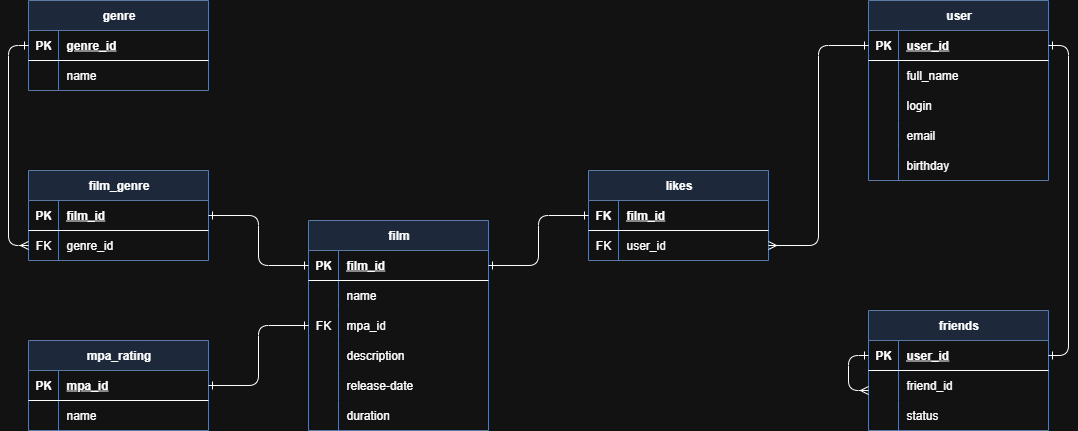
Before: src/main/resources/image/db_scheme.png, a diagram exported from draw.io (RyzhakovAleksandr/java-filmorate). Source tidied: cells renumbered, new cells last; positions are measured from the earlier drawing's top-left corner, leaving out a move shared by most shapes. Its diagram source:
```xml
<mxGraphModel>
  <root>
    <mxCell id="0" />
    <mxCell id="1" parent="0" />
    <mxCell id="2" value="film" style="shape=table;startSize=30;rowLines=0;fontStyle=1;align=center;html=1;fillColor=#dae8fc;strokeColor=#6c8ebf;" parent="1" vertex="1">
      <mxGeometry x="280" y="220" width="180" height="210" as="geometry" />
    </mxCell>
    <mxCell id="3" style="shape=tableRow;horizontal=0;startSize=0;swimlaneHead=0;swimlaneBody=0;fillColor=none;points=[[0,0.5],[1,0.5]];portConstraint=eastwest;top=0;left=0;right=0;bottom=1;" parent="2" vertex="1">
      <mxGeometry y="30" width="180" height="30" as="geometry" />
    </mxCell>
    <mxCell id="4" value="PK" style="shape=partialRectangle;fillColor=none;top=0;left=0;bottom=0;right=0;fontStyle=1;overflow=hidden;whiteSpace=wrap;html=1;" parent="3" vertex="1">
      <mxGeometry width="30" height="30" as="geometry" />
    </mxCell>
    <mxCell id="5" value="film_id" style="shape=partialRectangle;fillColor=none;top=0;left=0;bottom=0;right=0;align=left;spacingLeft=6;fontStyle=5;overflow=hidden;whiteSpace=wrap;html=1;" parent="3" vertex="1">
      <mxGeometry x="30" width="150" height="30" as="geometry" />
    </mxCell>
    <mxCell id="6" style="shape=tableRow;horizontal=0;startSize=0;swimlaneHead=0;swimlaneBody=0;fillColor=none;top=0;left=0;right=0;bottom=0;" parent="2" vertex="1">
      <mxGeometry y="60" width="180" height="30" as="geometry" />
    </mxCell>
    <mxCell id="7" style="shape=partialRectangle;fillColor=none;top=0;left=0;bottom=0;right=0;overflow=hidden;whiteSpace=wrap;html=1;" parent="6" vertex="1">
      <mxGeometry width="30" height="30" as="geometry" />
    </mxCell>
    <mxCell id="8" value="name" style="shape=partialRectangle;fillColor=none;top=0;left=0;bottom=0;right=0;align=left;spacingLeft=6;overflow=hidden;whiteSpace=wrap;html=1;" parent="6" vertex="1">
      <mxGeometry x="30" width="150" height="30" as="geometry" />
    </mxCell>
    <mxCell id="9" style="shape=tableRow;horizontal=0;startSize=0;swimlaneHead=0;swimlaneBody=0;fillColor=none;points=[[0,0.5],[1,0.5]];portConstraint=eastwest;top=0;left=0;right=0;bottom=0;" parent="2" vertex="1">
      <mxGeometry y="90" width="180" height="30" as="geometry" />
    </mxCell>
    <mxCell id="10" value="FK" style="shape=partialRectangle;fillColor=none;top=0;left=0;bottom=0;right=0;overflow=hidden;whiteSpace=wrap;html=1;" parent="9" vertex="1">
      <mxGeometry width="30" height="30" as="geometry" />
    </mxCell>
    <mxCell id="11" value="mpa_id" style="shape=partialRectangle;fillColor=none;top=0;left=0;bottom=0;right=0;align=left;spacingLeft=6;overflow=hidden;whiteSpace=wrap;html=1;" parent="9" vertex="1">
      <mxGeometry x="30" width="150" height="30" as="geometry" />
    </mxCell>
    <mxCell id="12" style="shape=tableRow;horizontal=0;startSize=0;swimlaneHead=0;swimlaneBody=0;fillColor=none;top=0;left=0;right=0;bottom=0;" parent="2" vertex="1">
      <mxGeometry y="120" width="180" height="30" as="geometry" />
    </mxCell>
    <mxCell id="13" style="shape=partialRectangle;fillColor=none;top=0;left=0;bottom=0;right=0;overflow=hidden;whiteSpace=wrap;html=1;" parent="12" vertex="1">
      <mxGeometry width="30" height="30" as="geometry" />
    </mxCell>
    <mxCell id="14" value="description" style="shape=partialRectangle;fillColor=none;top=0;left=0;bottom=0;right=0;align=left;spacingLeft=6;overflow=hidden;whiteSpace=wrap;html=1;" parent="12" vertex="1">
      <mxGeometry x="30" width="150" height="30" as="geometry" />
    </mxCell>
    <mxCell id="15" style="shape=tableRow;horizontal=0;startSize=0;swimlaneHead=0;swimlaneBody=0;fillColor=none;top=0;left=0;right=0;bottom=0;" parent="2" vertex="1">
      <mxGeometry y="150" width="180" height="30" as="geometry" />
    </mxCell>
    <mxCell id="16" style="shape=partialRectangle;fillColor=none;top=0;left=0;bottom=0;right=0;overflow=hidden;whiteSpace=wrap;html=1;" parent="15" vertex="1">
      <mxGeometry width="30" height="30" as="geometry" />
    </mxCell>
    <mxCell id="17" value="release-date" style="shape=partialRectangle;fillColor=none;top=0;left=0;bottom=0;right=0;align=left;spacingLeft=6;overflow=hidden;whiteSpace=wrap;html=1;" parent="15" vertex="1">
      <mxGeometry x="30" width="150" height="30" as="geometry" />
    </mxCell>
    <mxCell id="18" style="shape=tableRow;horizontal=0;startSize=0;swimlaneHead=0;swimlaneBody=0;fillColor=none;top=0;left=0;right=0;bottom=0;" parent="2" vertex="1">
      <mxGeometry y="180" width="180" height="30" as="geometry" />
    </mxCell>
    <mxCell id="19" style="shape=partialRectangle;fillColor=none;top=0;left=0;bottom=0;right=0;overflow=hidden;whiteSpace=wrap;html=1;" parent="18" vertex="1">
      <mxGeometry width="30" height="30" as="geometry" />
    </mxCell>
    <mxCell id="20" value="duration" style="shape=partialRectangle;fillColor=none;top=0;left=0;bottom=0;right=0;align=left;spacingLeft=6;overflow=hidden;whiteSpace=wrap;html=1;" parent="18" vertex="1">
      <mxGeometry x="30" width="150" height="30" as="geometry" />
    </mxCell>
    <mxCell id="21" value="genre" style="shape=table;startSize=30;rowLines=0;fontStyle=1;align=center;html=1;fillColor=#dae8fc;strokeColor=#6c8ebf;" parent="1" vertex="1">
      <mxGeometry width="180" height="90" as="geometry" />
    </mxCell>
    <mxCell id="22" style="shape=tableRow;horizontal=0;startSize=0;swimlaneHead=0;swimlaneBody=0;fillColor=none;points=[[0,0.5],[1,0.5]];portConstraint=eastwest;top=0;left=0;right=0;bottom=1;" parent="21" vertex="1">
      <mxGeometry y="30" width="180" height="30" as="geometry" />
    </mxCell>
    <mxCell id="23" value="PK" style="shape=partialRectangle;fillColor=none;top=0;left=0;bottom=0;right=0;fontStyle=1;overflow=hidden;whiteSpace=wrap;html=1;" parent="22" vertex="1">
      <mxGeometry width="30" height="30" as="geometry" />
    </mxCell>
    <mxCell id="24" value="genre_id" style="shape=partialRectangle;fillColor=none;top=0;left=0;bottom=0;right=0;align=left;spacingLeft=6;fontStyle=5;overflow=hidden;whiteSpace=wrap;html=1;" parent="22" vertex="1">
      <mxGeometry x="30" width="150" height="30" as="geometry" />
    </mxCell>
    <mxCell id="25" style="shape=tableRow;horizontal=0;startSize=0;swimlaneHead=0;swimlaneBody=0;fillColor=none;top=0;left=0;right=0;bottom=0;" parent="21" vertex="1">
      <mxGeometry y="60" width="180" height="30" as="geometry" />
    </mxCell>
    <mxCell id="26" style="shape=partialRectangle;fillColor=none;top=0;left=0;bottom=0;right=0;overflow=hidden;whiteSpace=wrap;html=1;" parent="25" vertex="1">
      <mxGeometry width="30" height="30" as="geometry" />
    </mxCell>
    <mxCell id="27" value="name" style="shape=partialRectangle;fillColor=none;top=0;left=0;bottom=0;right=0;align=left;spacingLeft=6;overflow=hidden;whiteSpace=wrap;html=1;" parent="25" vertex="1">
      <mxGeometry x="30" width="150" height="30" as="geometry" />
    </mxCell>
    <mxCell id="28" value="mpa_rating" style="shape=table;startSize=30;rowLines=0;fontStyle=1;align=center;html=1;fillColor=#dae8fc;strokeColor=#6c8ebf;" parent="1" vertex="1">
      <mxGeometry y="340" width="180" height="90" as="geometry" />
    </mxCell>
    <mxCell id="29" style="shape=tableRow;horizontal=0;startSize=0;swimlaneHead=0;swimlaneBody=0;fillColor=none;points=[[0,0.5],[1,0.5]];portConstraint=eastwest;top=0;left=0;right=0;bottom=1;" parent="28" vertex="1">
      <mxGeometry y="30" width="180" height="30" as="geometry" />
    </mxCell>
    <mxCell id="30" value="PK" style="shape=partialRectangle;fillColor=none;top=0;left=0;bottom=0;right=0;fontStyle=1;overflow=hidden;whiteSpace=wrap;html=1;" parent="29" vertex="1">
      <mxGeometry width="30" height="30" as="geometry" />
    </mxCell>
    <mxCell id="31" value="mpa_id" style="shape=partialRectangle;fillColor=none;top=0;left=0;bottom=0;right=0;align=left;spacingLeft=6;fontStyle=5;overflow=hidden;whiteSpace=wrap;html=1;" parent="29" vertex="1">
      <mxGeometry x="30" width="150" height="30" as="geometry" />
    </mxCell>
    <mxCell id="32" style="shape=tableRow;horizontal=0;startSize=0;swimlaneHead=0;swimlaneBody=0;fillColor=none;top=0;left=0;right=0;bottom=0;" parent="28" vertex="1">
      <mxGeometry y="60" width="180" height="30" as="geometry" />
    </mxCell>
    <mxCell id="33" style="shape=partialRectangle;fillColor=none;top=0;left=0;bottom=0;right=0;overflow=hidden;whiteSpace=wrap;html=1;" parent="32" vertex="1">
      <mxGeometry width="30" height="30" as="geometry" />
    </mxCell>
    <mxCell id="34" value="name" style="shape=partialRectangle;fillColor=none;top=0;left=0;bottom=0;right=0;align=left;spacingLeft=6;overflow=hidden;whiteSpace=wrap;html=1;" parent="32" vertex="1">
      <mxGeometry x="30" width="150" height="30" as="geometry" />
    </mxCell>
    <mxCell id="35" style="edgeStyle=orthogonalEdgeStyle;rounded=1;jettySize=auto;html=1;exitX=1;exitY=0.5;exitDx=0;exitDy=0;entryX=0;entryY=0.5;entryDx=0;entryDy=0;curved=0;startArrow=ERone;startFill=0;endArrow=ERone;endFill=0;" parent="1" edge="1" source="29" target="9">
      <mxGeometry relative="1" as="geometry" />
    </mxCell>
    <mxCell id="36" value="user" style="shape=table;startSize=30;rowLines=0;fontStyle=1;align=center;html=1;fillColor=#dae8fc;strokeColor=#6c8ebf;" parent="1" vertex="1">
      <mxGeometry x="840" width="180" height="180" as="geometry" />
    </mxCell>
    <mxCell id="37" style="shape=tableRow;horizontal=0;startSize=0;swimlaneHead=0;swimlaneBody=0;fillColor=none;points=[[0,0.5],[1,0.5]];portConstraint=eastwest;top=0;left=0;right=0;bottom=1;" parent="36" vertex="1">
      <mxGeometry y="30" width="180" height="30" as="geometry" />
    </mxCell>
    <mxCell id="38" value="PK" style="shape=partialRectangle;fillColor=none;top=0;left=0;bottom=0;right=0;fontStyle=1;overflow=hidden;whiteSpace=wrap;html=1;" parent="37" vertex="1">
      <mxGeometry width="30" height="30" as="geometry" />
    </mxCell>
    <mxCell id="39" value="user_id" style="shape=partialRectangle;fillColor=none;top=0;left=0;bottom=0;right=0;align=left;spacingLeft=6;fontStyle=5;overflow=hidden;whiteSpace=wrap;html=1;" parent="37" vertex="1">
      <mxGeometry x="30" width="150" height="30" as="geometry" />
    </mxCell>
    <mxCell id="40" style="shape=tableRow;horizontal=0;startSize=0;swimlaneHead=0;swimlaneBody=0;fillColor=none;top=0;left=0;right=0;bottom=0;" parent="36" vertex="1">
      <mxGeometry y="60" width="180" height="30" as="geometry" />
    </mxCell>
    <mxCell id="41" style="shape=partialRectangle;fillColor=none;top=0;left=0;bottom=0;right=0;overflow=hidden;whiteSpace=wrap;html=1;" parent="40" vertex="1">
      <mxGeometry width="30" height="30" as="geometry" />
    </mxCell>
    <mxCell id="42" value="full_name" style="shape=partialRectangle;fillColor=none;top=0;left=0;bottom=0;right=0;align=left;spacingLeft=6;overflow=hidden;whiteSpace=wrap;html=1;" parent="40" vertex="1">
      <mxGeometry x="30" width="150" height="30" as="geometry" />
    </mxCell>
    <mxCell id="43" style="shape=tableRow;horizontal=0;startSize=0;swimlaneHead=0;swimlaneBody=0;fillColor=none;top=0;left=0;right=0;bottom=0;" parent="36" vertex="1">
      <mxGeometry y="90" width="180" height="30" as="geometry" />
    </mxCell>
    <mxCell id="44" style="shape=partialRectangle;fillColor=none;top=0;left=0;bottom=0;right=0;overflow=hidden;whiteSpace=wrap;html=1;" parent="43" vertex="1">
      <mxGeometry width="30" height="30" as="geometry" />
    </mxCell>
    <mxCell id="45" value="login" style="shape=partialRectangle;fillColor=none;top=0;left=0;bottom=0;right=0;align=left;spacingLeft=6;overflow=hidden;whiteSpace=wrap;html=1;" parent="43" vertex="1">
      <mxGeometry x="30" width="150" height="30" as="geometry" />
    </mxCell>
    <mxCell id="46" style="shape=tableRow;horizontal=0;startSize=0;swimlaneHead=0;swimlaneBody=0;fillColor=none;top=0;left=0;right=0;bottom=0;" parent="36" vertex="1">
      <mxGeometry y="120" width="180" height="30" as="geometry" />
    </mxCell>
    <mxCell id="47" style="shape=partialRectangle;fillColor=none;top=0;left=0;bottom=0;right=0;overflow=hidden;whiteSpace=wrap;html=1;" parent="46" vertex="1">
      <mxGeometry width="30" height="30" as="geometry" />
    </mxCell>
    <mxCell id="48" value="email" style="shape=partialRectangle;fillColor=none;top=0;left=0;bottom=0;right=0;align=left;spacingLeft=6;overflow=hidden;whiteSpace=wrap;html=1;" parent="46" vertex="1">
      <mxGeometry x="30" width="150" height="30" as="geometry" />
    </mxCell>
    <mxCell id="49" style="shape=tableRow;horizontal=0;startSize=0;swimlaneHead=0;swimlaneBody=0;fillColor=none;top=0;left=0;right=0;bottom=0;" parent="36" vertex="1">
      <mxGeometry y="150" width="180" height="30" as="geometry" />
    </mxCell>
    <mxCell id="50" style="shape=partialRectangle;fillColor=none;top=0;left=0;bottom=0;right=0;overflow=hidden;whiteSpace=wrap;html=1;" parent="49" vertex="1">
      <mxGeometry width="30" height="30" as="geometry" />
    </mxCell>
    <mxCell id="51" value="birthday" style="shape=partialRectangle;fillColor=none;top=0;left=0;bottom=0;right=0;align=left;spacingLeft=6;overflow=hidden;whiteSpace=wrap;html=1;" parent="49" vertex="1">
      <mxGeometry x="30" width="150" height="30" as="geometry" />
    </mxCell>
    <mxCell id="52" value="likes" style="shape=table;startSize=30;rowLines=0;fontStyle=1;align=center;html=1;fillColor=#dae8fc;strokeColor=#6c8ebf;" parent="1" vertex="1">
      <mxGeometry x="560" y="170" width="180" height="90" as="geometry" />
    </mxCell>
    <mxCell id="53" style="shape=tableRow;horizontal=0;startSize=0;swimlaneHead=0;swimlaneBody=0;fillColor=none;points=[[0,0.5],[1,0.5]];portConstraint=eastwest;top=0;left=0;right=0;bottom=1;" parent="52" vertex="1">
      <mxGeometry y="30" width="180" height="30" as="geometry" />
    </mxCell>
    <mxCell id="54" value="FK" style="shape=partialRectangle;fillColor=none;top=0;left=0;bottom=0;right=0;fontStyle=1;overflow=hidden;whiteSpace=wrap;html=1;" parent="53" vertex="1">
      <mxGeometry width="30" height="30" as="geometry" />
    </mxCell>
    <mxCell id="55" value="film_id" style="shape=partialRectangle;fillColor=none;top=0;left=0;bottom=0;right=0;align=left;spacingLeft=6;fontStyle=5;overflow=hidden;whiteSpace=wrap;html=1;" parent="53" vertex="1">
      <mxGeometry x="30" width="150" height="30" as="geometry" />
    </mxCell>
    <mxCell id="56" style="shape=tableRow;horizontal=0;startSize=0;swimlaneHead=0;swimlaneBody=0;fillColor=none;points=[[0,0.5],[1,0.5]];portConstraint=eastwest;top=0;left=0;right=0;bottom=0;" parent="52" vertex="1">
      <mxGeometry y="60" width="180" height="30" as="geometry" />
    </mxCell>
    <mxCell id="57" value="FK" style="shape=partialRectangle;fillColor=none;top=0;left=0;bottom=0;right=0;overflow=hidden;whiteSpace=wrap;html=1;" parent="56" vertex="1">
      <mxGeometry width="30" height="30" as="geometry" />
    </mxCell>
    <mxCell id="58" value="user_id" style="shape=partialRectangle;fillColor=none;top=0;left=0;bottom=0;right=0;align=left;spacingLeft=6;overflow=hidden;whiteSpace=wrap;html=1;" parent="56" vertex="1">
      <mxGeometry x="30" width="150" height="30" as="geometry" />
    </mxCell>
    <mxCell id="59" style="edgeStyle=orthogonalEdgeStyle;rounded=1;jettySize=auto;html=1;exitX=1;exitY=0.5;exitDx=0;exitDy=0;entryX=0;entryY=0.5;entryDx=0;entryDy=0;curved=0;startArrow=ERone;startFill=0;endArrow=ERone;endFill=0;" parent="1" edge="1" source="3" target="53">
      <mxGeometry relative="1" as="geometry" />
    </mxCell>
    <mxCell id="60" style="edgeStyle=orthogonalEdgeStyle;rounded=1;jettySize=auto;html=1;exitX=1;exitY=0.5;exitDx=0;exitDy=0;entryX=0;entryY=0.5;entryDx=0;entryDy=0;curved=0;startArrow=ERmany;startFill=0;endArrow=ERone;endFill=0;" parent="1" edge="1" source="56" target="37">
      <mxGeometry relative="1" as="geometry" />
    </mxCell>
    <mxCell id="61" value="film_genre" style="shape=table;startSize=30;rowLines=0;fontStyle=1;align=center;html=1;fillColor=#dae8fc;strokeColor=#6c8ebf;" parent="1" vertex="1">
      <mxGeometry y="170" width="180" height="90" as="geometry" />
    </mxCell>
    <mxCell id="62" style="shape=tableRow;horizontal=0;startSize=0;swimlaneHead=0;swimlaneBody=0;fillColor=none;points=[[0,0.5],[1,0.5]];portConstraint=eastwest;top=0;left=0;right=0;bottom=1;" parent="61" vertex="1">
      <mxGeometry y="30" width="180" height="30" as="geometry" />
    </mxCell>
    <mxCell id="63" value="PK" style="shape=partialRectangle;fillColor=none;top=0;left=0;bottom=0;right=0;fontStyle=1;overflow=hidden;whiteSpace=wrap;html=1;" parent="62" vertex="1">
      <mxGeometry width="30" height="30" as="geometry" />
    </mxCell>
    <mxCell id="64" value="film_id" style="shape=partialRectangle;fillColor=none;top=0;left=0;bottom=0;right=0;align=left;spacingLeft=6;fontStyle=5;overflow=hidden;whiteSpace=wrap;html=1;" parent="62" vertex="1">
      <mxGeometry x="30" width="150" height="30" as="geometry" />
    </mxCell>
    <mxCell id="65" style="shape=tableRow;horizontal=0;startSize=0;swimlaneHead=0;swimlaneBody=0;fillColor=none;points=[[0,0.5],[1,0.5]];portConstraint=eastwest;top=0;left=0;right=0;bottom=0;" parent="61" vertex="1">
      <mxGeometry y="60" width="180" height="30" as="geometry" />
    </mxCell>
    <mxCell id="66" value="FK" style="shape=partialRectangle;fillColor=none;top=0;left=0;bottom=0;right=0;overflow=hidden;whiteSpace=wrap;html=1;" parent="65" vertex="1">
      <mxGeometry width="30" height="30" as="geometry" />
    </mxCell>
    <mxCell id="67" value="genre_id" style="shape=partialRectangle;fillColor=none;top=0;left=0;bottom=0;right=0;align=left;spacingLeft=6;overflow=hidden;whiteSpace=wrap;html=1;" parent="65" vertex="1">
      <mxGeometry x="30" width="150" height="30" as="geometry" />
    </mxCell>
    <mxCell id="68" style="edgeStyle=orthogonalEdgeStyle;rounded=1;jettySize=auto;html=1;exitX=0;exitY=0.5;exitDx=0;exitDy=0;entryX=1;entryY=0.5;entryDx=0;entryDy=0;curved=0;startArrow=ERone;startFill=0;endArrow=ERone;endFill=0;" parent="1" edge="1" source="3" target="62">
      <mxGeometry relative="1" as="geometry" />
    </mxCell>
    <mxCell id="69" style="edgeStyle=orthogonalEdgeStyle;rounded=1;jettySize=auto;html=1;exitX=0;exitY=0.5;exitDx=0;exitDy=0;entryX=0;entryY=0.5;entryDx=0;entryDy=0;curved=0;startArrow=ERone;startFill=0;endArrow=ERmany;endFill=0;" parent="1" edge="1" source="22" target="65">
      <mxGeometry relative="1" as="geometry" />
    </mxCell>
    <mxCell id="70" value="friends" style="shape=table;startSize=30;rowLines=0;fontStyle=1;align=center;html=1;fillColor=#dae8fc;strokeColor=#6c8ebf;" parent="1" vertex="1">
      <mxGeometry x="840" y="310" width="180" height="120" as="geometry" />
    </mxCell>
    <mxCell id="71" style="shape=tableRow;horizontal=0;startSize=0;swimlaneHead=0;swimlaneBody=0;fillColor=none;points=[[0,0.5],[1,0.5]];portConstraint=eastwest;top=0;left=0;right=0;bottom=1;" parent="70" vertex="1">
      <mxGeometry y="30" width="180" height="30" as="geometry" />
    </mxCell>
    <mxCell id="72" value="PK" style="shape=partialRectangle;fillColor=none;top=0;left=0;bottom=0;right=0;fontStyle=1;overflow=hidden;whiteSpace=wrap;html=1;" parent="71" vertex="1">
      <mxGeometry width="30" height="30" as="geometry" />
    </mxCell>
    <mxCell id="73" value="user_id" style="shape=partialRectangle;fillColor=none;top=0;left=0;bottom=0;right=0;align=left;spacingLeft=6;fontStyle=5;overflow=hidden;whiteSpace=wrap;html=1;" parent="71" vertex="1">
      <mxGeometry x="30" width="150" height="30" as="geometry" />
    </mxCell>
    <mxCell id="74" style="shape=tableRow;horizontal=0;startSize=0;swimlaneHead=0;swimlaneBody=0;fillColor=none;points=[[0,0.5],[1,0.5]];portConstraint=eastwest;top=0;left=0;right=0;bottom=0;" parent="70" vertex="1">
      <mxGeometry y="60" width="180" height="30" as="geometry" />
    </mxCell>
    <mxCell id="75" style="shape=partialRectangle;fillColor=none;top=0;left=0;bottom=0;right=0;overflow=hidden;whiteSpace=wrap;html=1;" parent="74" vertex="1">
      <mxGeometry width="30" height="30" as="geometry" />
    </mxCell>
    <mxCell id="76" value="friend_id" style="shape=partialRectangle;fillColor=none;top=0;left=0;bottom=0;right=0;align=left;spacingLeft=6;overflow=hidden;whiteSpace=wrap;html=1;" parent="74" vertex="1">
      <mxGeometry x="30" width="150" height="30" as="geometry" />
    </mxCell>
    <mxCell id="77" style="shape=tableRow;horizontal=0;startSize=0;swimlaneHead=0;swimlaneBody=0;fillColor=none;top=0;left=0;right=0;bottom=0;" parent="70" vertex="1">
      <mxGeometry y="90" width="180" height="30" as="geometry" />
    </mxCell>
    <mxCell id="78" style="shape=partialRectangle;fillColor=none;top=0;left=0;bottom=0;right=0;overflow=hidden;whiteSpace=wrap;html=1;" parent="77" vertex="1">
      <mxGeometry width="30" height="30" as="geometry" />
    </mxCell>
    <mxCell id="79" value="status" style="shape=partialRectangle;fillColor=none;top=0;left=0;bottom=0;right=0;align=left;spacingLeft=6;overflow=hidden;whiteSpace=wrap;html=1;" parent="77" vertex="1">
      <mxGeometry x="30" width="150" height="30" as="geometry" />
    </mxCell>
    <mxCell id="80" style="edgeStyle=orthogonalEdgeStyle;rounded=1;jettySize=auto;html=1;exitX=0;exitY=0.5;exitDx=0;exitDy=0;entryX=0;entryY=0.667;entryDx=0;entryDy=0;entryPerimeter=0;curved=0;startArrow=ERone;startFill=0;endArrow=ERmany;endFill=0;" parent="70" edge="1" source="71" target="74">
      <mxGeometry relative="1" as="geometry">
        <Array as="points">
          <mxPoint x="-20" y="45" />
          <mxPoint x="-20" y="80" />
        </Array>
      </mxGeometry>
    </mxCell>
    <mxCell id="81" style="edgeStyle=orthogonalEdgeStyle;rounded=1;jettySize=auto;html=1;exitX=1;exitY=0.5;exitDx=0;exitDy=0;entryX=1;entryY=0.5;entryDx=0;entryDy=0;curved=0;startArrow=ERone;startFill=0;endArrow=ERone;endFill=0;" parent="1" edge="1" source="37" target="71">
      <mxGeometry relative="1" as="geometry" />
    </mxCell>
  </root>
</mxGraphModel>
```
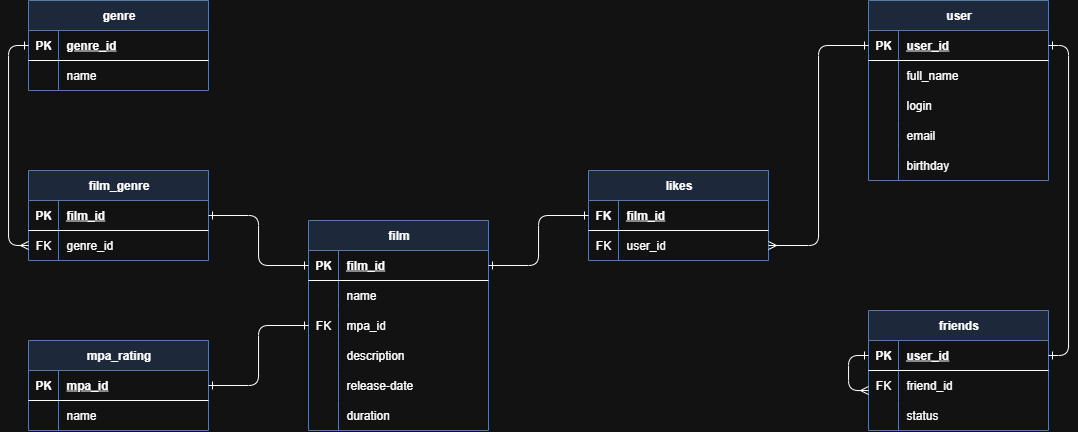
The same file after the commit.

What changed in the source:
```diff
@@ -221,7 +221,7 @@
     <mxCell id="74" style="shape=tableRow;horizontal=0;startSize=0;swimlaneHead=0;swimlaneBody=0;fillColor=none;points=[[0,0.5],[1,0.5]];portConstraint=eastwest;top=0;left=0;right=0;bottom=0;" parent="70" vertex="1">
       <mxGeometry y="60" width="180" height="30" as="geometry" />
     </mxCell>
-    <mxCell id="75" style="shape=partialRectangle;fillColor=none;top=0;left=0;bottom=0;right=0;overflow=hidden;whiteSpace=wrap;html=1;" parent="74" vertex="1">
+    <mxCell id="75" value="FK" style="shape=partialRectangle;fillColor=none;top=0;left=0;bottom=0;right=0;overflow=hidden;whiteSpace=wrap;html=1;" parent="74" vertex="1">
       <mxGeometry width="30" height="30" as="geometry" />
     </mxCell>
     <mxCell id="76" value="friend_id" style="shape=partialRectangle;fillColor=none;top=0;left=0;bottom=0;right=0;align=left;spacingLeft=6;overflow=hidden;whiteSpace=wrap;html=1;" parent="74" vertex="1">
```
